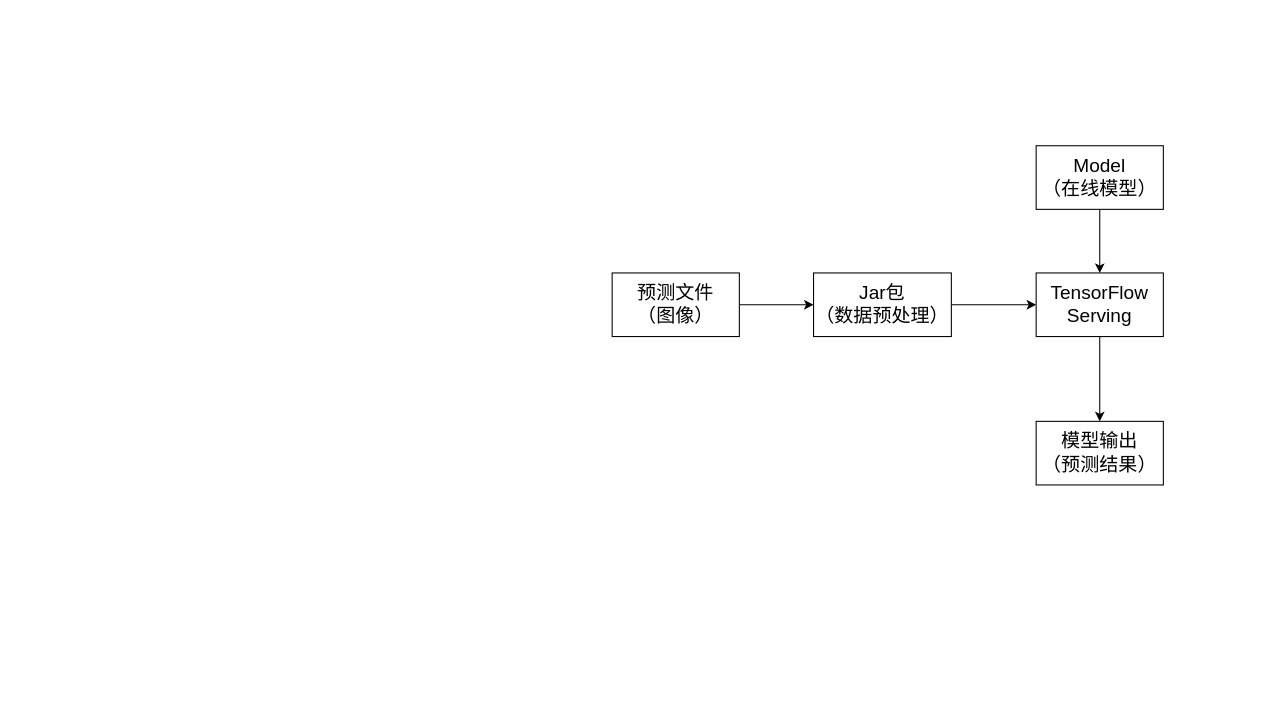
qwerty200696/hello-world keeps this draw.io diagram as 在线预测流程.drawio. Above is the earlier version. Source tidied: cells renumbered, new cells numbered last; positions are measured from the earlier drawing's top-left corner, leaving out a move shared by most shapes. Both pictures are drawn from the tidied source at 106%, with x=0, y=0 at pixel (612, 145).
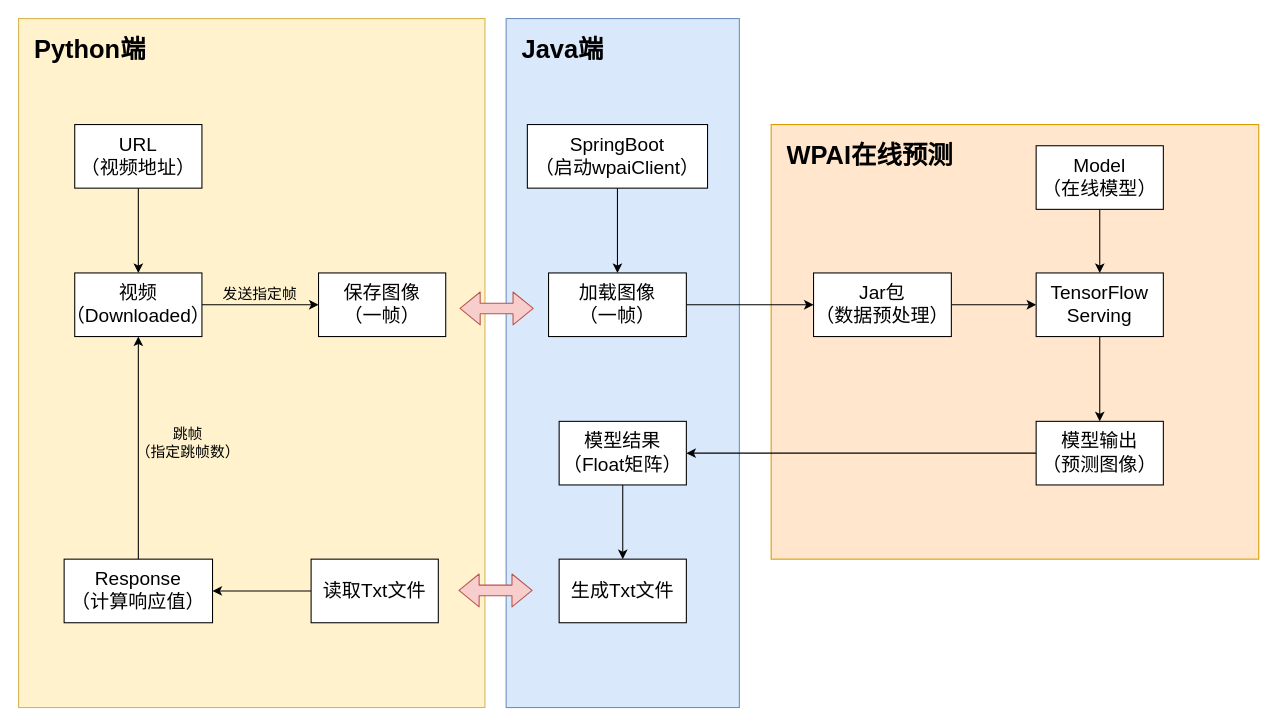
Above is the later version.

Commit message:
Update 在线预测流程.drawio

The change refers to these unchanged cells:
```xml
<mxCell id="5" value="&lt;font style=&quot;font-size: 18px&quot;&gt;Jar包&lt;br&gt;（数据预处理）&lt;/font&gt;" style="rounded=0;whiteSpace=wrap;html=1;fontSize=15;" parent="1" vertex="1">
  <mxGeometry x="190" y="120" width="130" height="60" as="geometry" />
</mxCell>
```

What changed in the source:
```diff
@@
-    <mxCell id="2" style="edgeStyle=orthogonalEdgeStyle;rounded=0;jettySize=auto;html=1;" parent="1" edge="1" source="3" target="5">
-      <mxGeometry relative="1" as="geometry" />
-    </mxCell>
+    <mxCell id="11" style="rounded=0;whiteSpace=wrap;html=1;fillColor=#dae8fc;strokeColor=#6c8ebf;" parent="1" vertex="1">
+      <mxGeometry x="-100" y="-120" width="220" height="650" as="geometry" />
+    </mxCell>
+    <mxCell id="12" style="rounded=0;whiteSpace=wrap;html=1;fillColor=#fff2cc;strokeColor=#d6b656;" parent="1" vertex="1">
+      <mxGeometry x="-560" y="-120" width="440" height="650" as="geometry" />
+    </mxCell>
+    <mxCell id="13" style="rounded=0;whiteSpace=wrap;html=1;fillColor=#ffe6cc;strokeColor=#d79b00;" parent="1" vertex="1">
+      <mxGeometry x="150" y="-20" width="460" height="410" as="geometry" />
+    </mxCell>
-    <mxCell id="3" value="&lt;font style=&quot;font-size: 18px&quot;&gt;预测文件&lt;br&gt;（图像）&lt;/font&gt;" style="rounded=0;whiteSpace=wrap;html=1;" parent="1" vertex="1">
-      <mxGeometry y="120" width="120" height="60" as="geometry" />
+    <mxCell id="3" value="&lt;font style=&quot;font-size: 18px&quot;&gt;保存图像&lt;br&gt;（一帧）&lt;/font&gt;" style="rounded=0;whiteSpace=wrap;html=1;" parent="1" vertex="1">
+      <mxGeometry x="-277" y="120" width="120" height="60" as="geometry" />
     </mxCell>
+    <mxCell id="14" style="edgeStyle=orthogonalEdgeStyle;rounded=0;jettySize=auto;html=1;entryX=0;entryY=0.5;entryDx=0;entryDy=0;" parent="1" edge="1" source="15" target="5">
+      <mxGeometry relative="1" as="geometry" />
+    </mxCell>
+    <mxCell id="15" value="&lt;font style=&quot;font-size: 18px&quot;&gt;加载图像&lt;br&gt;（一帧）&lt;/font&gt;" style="rounded=0;whiteSpace=wrap;html=1;" parent="1" vertex="1">
+      <mxGeometry x="-60" y="120" width="130" height="60" as="geometry" />
+    </mxCell>
@@
+    <mxCell id="16" style="edgeStyle=orthogonalEdgeStyle;rounded=0;jettySize=auto;html=1;exitX=0;exitY=0.5;exitDx=0;exitDy=0;" parent="1" edge="1" source="8" target="32">
+      <mxGeometry relative="1" as="geometry" />
+    </mxCell>
-    <mxCell id="8" value="&lt;font style=&quot;font-size: 18px&quot;&gt;模型输出&lt;br&gt;（预测结果）&lt;/font&gt;" style="rounded=0;whiteSpace=wrap;html=1;" parent="1" vertex="1">
+    <mxCell id="8" value="&lt;font style=&quot;font-size: 18px&quot;&gt;模型输出&lt;br&gt;（预测图像）&lt;/font&gt;" style="rounded=0;whiteSpace=wrap;html=1;" parent="1" vertex="1">
       <mxGeometry x="400" y="260" width="120" height="60" as="geometry" />
     </mxCell>
@@
+    <mxCell id="17" style="edgeStyle=orthogonalEdgeStyle;rounded=0;jettySize=auto;html=1;" parent="1" edge="1" source="18" target="20">
+      <mxGeometry relative="1" as="geometry" />
+    </mxCell>
+    <mxCell id="18" value="&lt;font style=&quot;font-size: 18px&quot;&gt;URL&lt;br&gt;（视频地址）&lt;/font&gt;" style="rounded=0;whiteSpace=wrap;html=1;" parent="1" vertex="1">
+      <mxGeometry x="-507" y="-20" width="120" height="60" as="geometry" />
+    </mxCell>
+    <mxCell id="19" style="edgeStyle=orthogonalEdgeStyle;rounded=0;jettySize=auto;html=1;" parent="1" edge="1" source="20" target="3">
+      <mxGeometry relative="1" as="geometry" />
+    </mxCell>
+    <mxCell id="20" value="&lt;font style=&quot;font-size: 18px&quot;&gt;视频&lt;br&gt;（Downloaded）&lt;/font&gt;" style="rounded=0;whiteSpace=wrap;html=1;" parent="1" vertex="1">
+      <mxGeometry x="-507" y="120" width="120" height="60" as="geometry" />
+    </mxCell>
+    <mxCell id="21" value="&lt;font style=&quot;font-size: 14px&quot;&gt;发送指定帧&lt;/font&gt;" style="text;html=1;strokeColor=none;fillColor=none;align=center;verticalAlign=middle;whiteSpace=wrap;rounded=0;" parent="1" vertex="1">
+      <mxGeometry x="-377" y="130" width="90" height="20" as="geometry" />
+    </mxCell>
+    <mxCell id="22" style="edgeStyle=orthogonalEdgeStyle;rounded=0;jettySize=auto;html=1;entryX=0.5;entryY=0;entryDx=0;entryDy=0;" parent="1" edge="1" source="23" target="15">
+      <mxGeometry relative="1" as="geometry" />
+    </mxCell>
+    <mxCell id="23" value="&lt;font style=&quot;font-size: 18px&quot;&gt;SpringBoot&lt;br&gt;（启动wpaiClient）&lt;br&gt;&lt;/font&gt;" style="rounded=0;whiteSpace=wrap;html=1;" parent="1" vertex="1">
+      <mxGeometry x="-80" y="-20" width="170" height="60" as="geometry" />
+    </mxCell>
+    <mxCell id="24" style="edgeStyle=orthogonalEdgeStyle;rounded=0;jettySize=auto;html=1;entryX=0.5;entryY=1;entryDx=0;entryDy=0;" parent="1" edge="1" source="25" target="20">
+      <mxGeometry relative="1" as="geometry" />
+    </mxCell>
+    <mxCell id="25" value="&lt;font style=&quot;font-size: 18px&quot;&gt;Response&lt;br&gt;（计算响应值）&lt;/font&gt;" style="rounded=0;whiteSpace=wrap;html=1;" parent="1" vertex="1">
+      <mxGeometry x="-517" y="390" width="140" height="60" as="geometry" />
+    </mxCell>
+    <mxCell id="26" value="&lt;font style=&quot;font-size: 14px&quot;&gt;跳帧&lt;br&gt;（指定跳帧数）&lt;/font&gt;" style="text;html=1;strokeColor=none;fillColor=none;align=center;verticalAlign=middle;whiteSpace=wrap;rounded=0;" parent="1" vertex="1">
+      <mxGeometry x="-460" y="270" width="120" height="20" as="geometry" />
+    </mxCell>
+    <mxCell id="27" value="&lt;h1&gt;Python端&lt;/h1&gt;" style="text;html=1;strokeColor=none;fillColor=none;spacing=5;spacingTop=-20;whiteSpace=wrap;overflow=hidden;rounded=0;" parent="1" vertex="1">
+      <mxGeometry x="-550" y="-110" width="120" height="40" as="geometry" />
+    </mxCell>
+    <mxCell id="28" value="&lt;h1&gt;Java端&lt;/h1&gt;" style="text;html=1;strokeColor=none;fillColor=none;spacing=5;spacingTop=-20;whiteSpace=wrap;overflow=hidden;rounded=0;" parent="1" vertex="1">
+      <mxGeometry x="-90" y="-110" width="120" height="40" as="geometry" />
+    </mxCell>
+    <mxCell id="29" value="&lt;h1&gt;WPAI在线预测&lt;/h1&gt;" style="text;html=1;strokeColor=none;fillColor=none;spacing=5;spacingTop=-20;whiteSpace=wrap;overflow=hidden;rounded=0;" parent="1" vertex="1">
+      <mxGeometry x="160" y="-10" width="170" height="40" as="geometry" />
+    </mxCell>
+    <mxCell id="30" style="shape=flexArrow;endArrow=classic;startArrow=classic;html=1;fillColor=#f8cecc;strokeColor=#b85450;" parent="1" edge="1">
+      <mxGeometry relative="1" as="geometry">
+        <mxPoint x="-144" y="153.5" as="sourcePoint" />
+        <mxPoint x="-74" y="153.5" as="targetPoint" />
+      </mxGeometry>
+    </mxCell>
+    <mxCell id="31" style="edgeStyle=orthogonalEdgeStyle;rounded=0;jettySize=auto;html=1;exitX=0.5;exitY=1;exitDx=0;exitDy=0;" parent="1" edge="1" source="32" target="33">
+      <mxGeometry relative="1" as="geometry" />
+    </mxCell>
+    <mxCell id="32" value="&lt;span style=&quot;font-size: 18px&quot;&gt;模型结果&lt;br&gt;（Float矩阵）&lt;br&gt;&lt;/span&gt;" style="rounded=0;whiteSpace=wrap;html=1;" parent="1" vertex="1">
+      <mxGeometry x="-50" y="260" width="120" height="60" as="geometry" />
+    </mxCell>
+    <mxCell id="33" value="&lt;span style=&quot;font-size: 18px ; white-space: normal&quot;&gt;生成Txt文件&lt;/span&gt;" style="rounded=0;whiteSpace=wrap;html=1;" parent="1" vertex="1">
+      <mxGeometry x="-50" y="390" width="120" height="60" as="geometry" />
+    </mxCell>
+    <mxCell id="34" style="edgeStyle=orthogonalEdgeStyle;rounded=0;jettySize=auto;html=1;" parent="1" edge="1" source="35" target="25">
+      <mxGeometry relative="1" as="geometry" />
+    </mxCell>
+    <mxCell id="35" value="&lt;span style=&quot;font-size: 18px ; white-space: normal&quot;&gt;读取Txt文件&lt;/span&gt;" style="rounded=0;whiteSpace=wrap;html=1;" parent="1" vertex="1">
+      <mxGeometry x="-284" y="390" width="120" height="60" as="geometry" />
+    </mxCell>
+    <mxCell id="36" style="shape=flexArrow;endArrow=classic;startArrow=classic;html=1;fillColor=#f8cecc;strokeColor=#b85450;" parent="1" edge="1">
+      <mxGeometry relative="1" as="geometry">
+        <mxPoint x="-145" y="419.5" as="sourcePoint" />
+        <mxPoint x="-75" y="419.5" as="targetPoint" />
+      </mxGeometry>
+    </mxCell>
```
